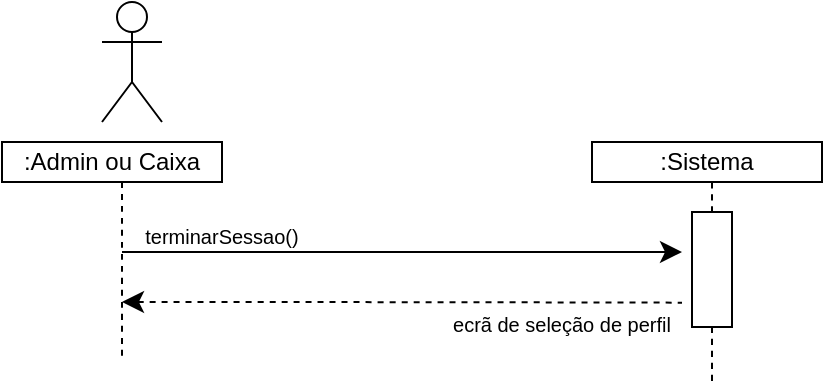
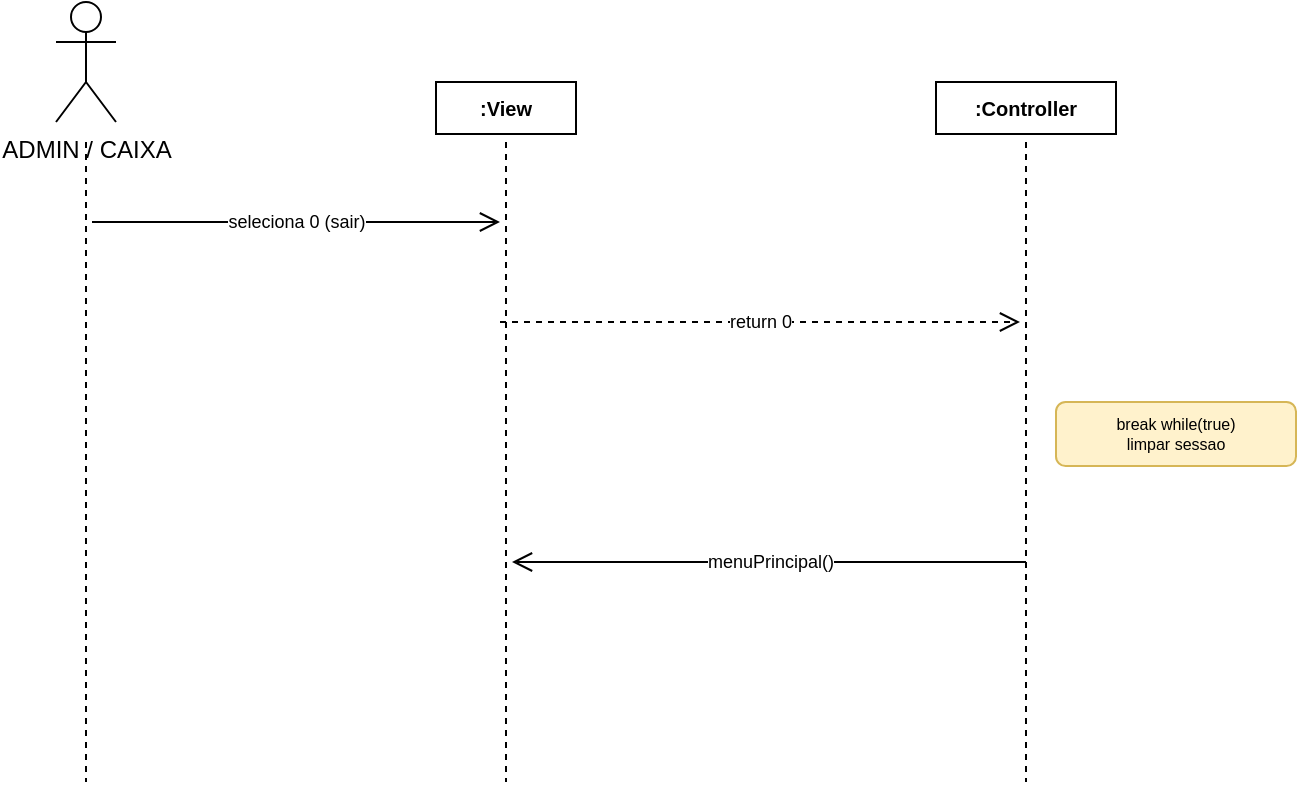
<mxfile host="app.diagrams.net">
-   <diagram name="Page-1" id="gLzY6KWBv10CbBK-cKQt">
-     <mxGraphModel dx="945" dy="441" grid="1" gridSize="10" guides="1" tooltips="1" connect="1" arrows="1" fold="1" page="1" pageScale="1" pageWidth="850" pageHeight="1100" math="0" shadow="0">
+   <diagram name="UC15-SairPerfil" id="uc15_seq">
+     <mxGraphModel dx="1000" dy="600" grid="1" gridSize="10" guides="1" tooltips="1" connect="1" arrows="1" fold="1" page="1" pageScale="1" pageWidth="750" pageHeight="450" math="0" shadow="0">
      <root>
        <mxCell id="0" />
        <mxCell id="1" parent="0" />
-         <mxCell id="dupzYkKquYSHnxmJmB-P-13" edge="1" parent="1" style="edgeStyle=none;curved=1;rounded=0;orthogonalLoop=1;jettySize=auto;html=1;fontSize=12;startSize=8;endSize=8;">
-           <mxGeometry relative="1" as="geometry">
-             <mxPoint x="180" y="195" as="sourcePoint" />
-             <mxPoint x="460" y="195" as="targetPoint" />
+ 
+         <mxCell id="actor" parent="1" style="shape=umlActor;verticalLabelPosition=bottom;verticalAlign=top;html=1;outlineConnect=0;" value="ADMIN / CAIXA" vertex="1">
+           <mxGeometry height="60" width="30" x="40" y="30" as="geometry" />
+         </mxCell>
+         <mxCell id="life_actor" parent="1" style="endArrow=none;html=1;dashed=1;strokeWidth=1;" edge="1">
+           <mxGeometry height="320" width="2" relative="1" as="geometry">
+             <mxPoint x="55" y="100" as="sourcePoint" />
+             <mxPoint x="55" y="420" as="targetPoint" />
          </mxGeometry>
        </mxCell>
-         <mxCell id="dupzYkKquYSHnxmJmB-P-14" parent="1" style="text;html=1;whiteSpace=wrap;strokeColor=none;fillColor=none;align=center;verticalAlign=middle;rounded=0;fontSize=16;" value="&lt;font style=&quot;font-size: 10px;&quot;&gt;terminarSessao()&lt;/font&gt;" vertex="1">
-           <mxGeometry height="30" width="160" x="150" y="170" as="geometry" />
+ 
+         <mxCell id="v_header" parent="1" style="rounded=0;whiteSpace=wrap;html=1;fontStyle=1;fontSize=10;" value=":View" vertex="1">
+           <mxGeometry height="26" width="70" x="230" y="70" as="geometry" />
        </mxCell>
-         <mxCell id="dupzYkKquYSHnxmJmB-P-15" edge="1" parent="1" style="edgeStyle=none;curved=1;rounded=0;orthogonalLoop=1;jettySize=auto;html=1;fontSize=12;startSize=8;endSize=8;startArrow=classic;startFill=1;endArrow=none;endFill=0;dashed=1;">
-           <mxGeometry relative="1" as="geometry">
-             <Array as="points">
-               <mxPoint x="320" y="220" />
-             </Array>
-             <mxPoint x="180" y="220" as="sourcePoint" />
-             <mxPoint x="460" y="220.33000000000004" as="targetPoint" />
+         <mxCell id="life_v" parent="1" style="endArrow=none;html=1;dashed=1;strokeWidth=1;" edge="1">
+           <mxGeometry height="320" width="2" relative="1" as="geometry">
+             <mxPoint x="265" y="100" as="sourcePoint" />
+             <mxPoint x="265" y="420" as="targetPoint" />
          </mxGeometry>
        </mxCell>
-         <mxCell id="dupzYkKquYSHnxmJmB-P-22" edge="1" parent="1" source="dupzYkKquYSHnxmJmB-P-21" style="edgeStyle=none;curved=1;rounded=0;orthogonalLoop=1;jettySize=auto;html=1;entryX=0.5;entryY=1;entryDx=0;entryDy=0;fontSize=12;startSize=8;endSize=8;endArrow=none;endFill=0;dashed=1;">
-           <mxGeometry relative="1" as="geometry">
-             <mxPoint x="475" y="160" as="targetPoint" />
+ 
+         <mxCell id="ctrl_header" parent="1" style="rounded=0;whiteSpace=wrap;html=1;fontStyle=1;fontSize=10;" value=":Controller" vertex="1">
+           <mxGeometry height="26" width="90" x="480" y="70" as="geometry" />
+         </mxCell>
+         <mxCell id="life_ctrl" parent="1" style="endArrow=none;html=1;dashed=1;strokeWidth=1;" edge="1">
+           <mxGeometry height="320" width="2" relative="1" as="geometry">
+             <mxPoint x="525" y="100" as="sourcePoint" />
+             <mxPoint x="525" y="420" as="targetPoint" />
          </mxGeometry>
        </mxCell>
-         <mxCell id="dupzYkKquYSHnxmJmB-P-33" edge="1" parent="1" source="dupzYkKquYSHnxmJmB-P-21" style="edgeStyle=none;curved=1;rounded=0;orthogonalLoop=1;jettySize=auto;html=1;exitX=1;exitY=0.5;exitDx=0;exitDy=0;entryX=0;entryY=0.5;entryDx=0;entryDy=0;fontSize=12;startSize=8;endSize=8;dashed=1;endArrow=none;endFill=0;">
-           <mxGeometry relative="1" as="geometry">
-             <mxPoint x="475" y="255" as="targetPoint" />
+ 
+         <mxCell id="msg1" parent="1" style="endArrow=open;html=1;fontSize=9;endSize=8;" value="seleciona 0 (sair)" edge="1">
+           <mxGeometry width="2" relative="1" as="geometry">
+             <mxPoint x="58" y="140" as="sourcePoint" />
+             <mxPoint x="262" y="140" as="targetPoint" />
          </mxGeometry>
        </mxCell>
-         <mxCell id="dupzYkKquYSHnxmJmB-P-21" parent="1" style="rounded=0;whiteSpace=wrap;html=1;rotation=90;" value="" vertex="1">
-           <mxGeometry height="20" width="57.5" x="446.25" y="193.75" as="geometry" />
-         </mxCell>
-         <mxCell id="dupzYkKquYSHnxmJmB-P-23" edge="1" parent="1" style="edgeStyle=none;orthogonalLoop=1;jettySize=auto;html=1;rounded=0;fontSize=12;startSize=8;endSize=8;curved=1;endArrow=none;endFill=0;dashed=1;" value="">
-           <mxGeometry relative="1" width="140" as="geometry">
-             <Array as="points" />
-             <mxPoint x="180" y="160" as="sourcePoint" />
-             <mxPoint x="180" y="250" as="targetPoint" />
+ 
+         <mxCell id="msg2" parent="1" style="endArrow=open;html=1;fontSize=9;dashed=1;endSize=8;" value="return 0" edge="1">
+           <mxGeometry width="2" relative="1" as="geometry">
+             <mxPoint x="262" y="190" as="sourcePoint" />
+             <mxPoint x="522" y="190" as="targetPoint" />
          </mxGeometry>
        </mxCell>
-         <mxCell id="Ey4ZoZCtD9a0uIFWcwvA-1" parent="1" style="shape=umlActor;verticalLabelPosition=bottom;verticalAlign=top;html=1;outlineConnect=0;" value="&lt;br&gt;&lt;div&gt;&lt;br&gt;&lt;/div&gt;" vertex="1">
-           <mxGeometry height="60" width="30" x="170" y="70" as="geometry" />
+ 
+         <mxCell id="note1" parent="1" style="rounded=1;whiteSpace=wrap;html=1;fontSize=8;fillColor=#FFF2CC;strokeColor=#D6B656;" value="break while(true)&#xa;limpar sessao" vertex="1">
+           <mxGeometry height="32" width="120" x="540" y="230" as="geometry" />
        </mxCell>
-         <mxCell id="cTFjGEk_i5BCWLA3OZg6-17" edge="1" parent="1" source="dupzYkKquYSHnxmJmB-P-21" style="edgeStyle=none;orthogonalLoop=1;jettySize=auto;html=1;rounded=0;fontSize=12;startSize=8;endSize=8;curved=1;endArrow=none;endFill=0;dashed=1;exitX=1;exitY=0.5;exitDx=0;exitDy=0;" value="">
-           <mxGeometry relative="1" width="140" as="geometry">
-             <Array as="points" />
-             <mxPoint x="474.67" y="280" as="sourcePoint" />
-             <mxPoint x="475" y="260" as="targetPoint" />
+ 
+         <mxCell id="msg3" parent="1" style="endArrow=open;html=1;fontSize=9;endSize=8;" value="menuPrincipal()" edge="1">
+           <mxGeometry width="2" relative="1" as="geometry">
+             <mxPoint x="525" y="310" as="sourcePoint" />
+             <mxPoint x="268" y="310" as="targetPoint" />
          </mxGeometry>
-         </mxCell>
-         <mxCell id="cTFjGEk_i5BCWLA3OZg6-64" parent="1" style="text;html=1;whiteSpace=wrap;strokeColor=none;fillColor=none;align=center;verticalAlign=middle;rounded=0;fontSize=16;" value="&lt;font style=&quot;font-size: 10px;&quot;&gt;ecrã de seleção de perfil&lt;/font&gt;" vertex="1">
-           <mxGeometry height="30" width="120" x="340" y="213.75" as="geometry" />
-         </mxCell>
-         <mxCell id="x_FryGS7tgB8aADb_6TS-1" parent="1" style="rounded=0;whiteSpace=wrap;html=1;" value=":Sistema" vertex="1">
-           <mxGeometry height="20" width="115" x="415" y="140" as="geometry" />
-         </mxCell>
-         <mxCell id="x_FryGS7tgB8aADb_6TS-2" parent="1" style="rounded=0;whiteSpace=wrap;html=1;" value=":Admin ou Caixa" vertex="1">
-           <mxGeometry height="20" width="110" x="120" y="140" as="geometry" />
        </mxCell>
      </root>
    </mxGraphModel>
  </diagram>
</mxfile>
